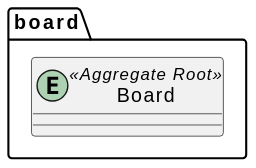
SimpleBoardTeam/simpleBoard-server keeps this PlantUML diagram as document/puml/boardcontext/boardAggregate.svg. Above is the earlier version. Source of this version:
```plantuml
@startuml
package "board"{
    entity Board <<Aggregate Root>>{
    }
}
@enduml
```
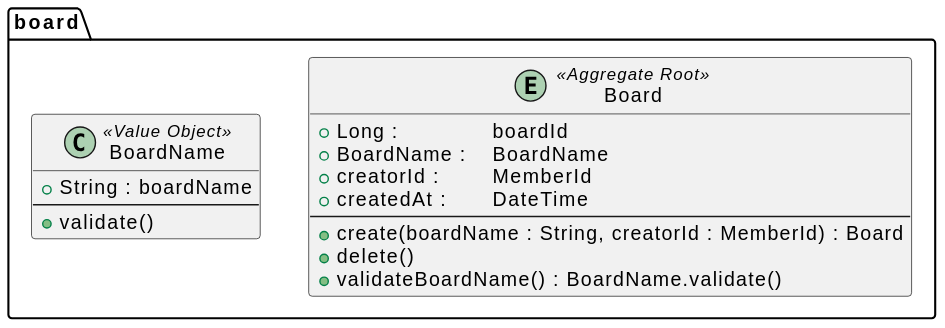
Above is the later version.

Change to the diagram source:
```diff
@@ -1,6 +1,19 @@
 @startuml
-package "board"{
-    entity Board <<Aggregate Root>>{
+package "board" {
+    entity Board <<Aggregate Root>> {
+        +Long : \t\t boardId
+        +BoardName : \t BoardName
+        +creatorId : \t MemberId
+        +createdAt : \t DateTime
+        --
+        +create(boardName : String, creatorId : MemberId) : Board
+        +delete()
+        +validateBoardName() : BoardName.validate()
     }
+    class BoardName <<Value Object>> {
+        +String : boardName
+        --
+        +validate()
+     }
 }
 @enduml
```
